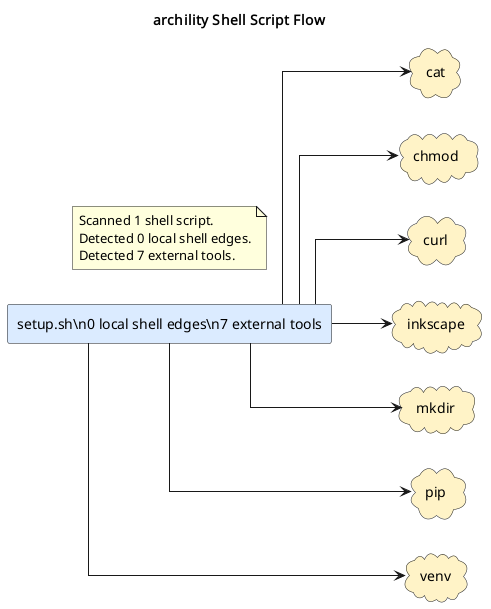
The PlantUML diagram docs/diagrams/shell-call-graph.puml.png in casonk/archility, before a commit. Its diagram source:
```plantuml
@startuml
title archility Shell Script Flow
left to right direction
skinparam shadowing false
skinparam defaultFontName Monospace
skinparam componentStyle rectangle
skinparam linetype ortho
rectangle "setup.sh\\n0 local shell edges\\n7 external tools" as shell_setup_sh #DBEAFE
cloud "cat" as tool_cat #FEF3C7
cloud "chmod" as tool_chmod #FEF3C7
cloud "curl" as tool_curl #FEF3C7
cloud "inkscape" as tool_inkscape #FEF3C7
cloud "mkdir" as tool_mkdir #FEF3C7
cloud "pip" as tool_pip #FEF3C7
cloud "venv" as tool_venv #FEF3C7
shell_setup_sh --> tool_cat
shell_setup_sh --> tool_chmod
shell_setup_sh --> tool_curl
shell_setup_sh --> tool_inkscape
shell_setup_sh --> tool_mkdir
shell_setup_sh --> tool_pip
shell_setup_sh --> tool_venv
note as shellGraphSummary
Scanned 1 shell script.
Detected 0 local shell edges.
Detected 7 external tools.
end note
@enduml
```
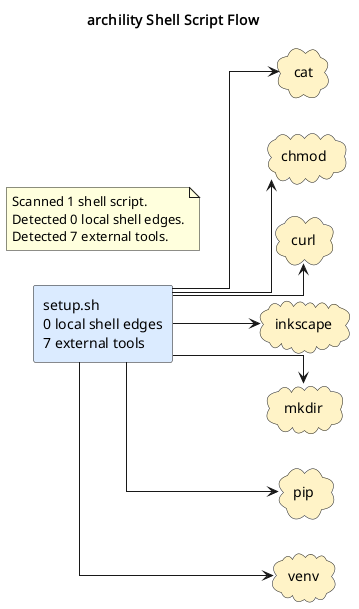
After the change.

Diff of the diagram source:
```diff
@@ -5,7 +5,7 @@
 skinparam defaultFontName Monospace
 skinparam componentStyle rectangle
 skinparam linetype ortho
-rectangle "setup.sh\\n0 local shell edges\\n7 external tools" as shell_setup_sh #DBEAFE
+rectangle "setup.sh\n0 local shell edges\n7 external tools" as shell_setup_sh #DBEAFE
 cloud "cat" as tool_cat #FEF3C7
 cloud "chmod" as tool_chmod #FEF3C7
 cloud "curl" as tool_curl #FEF3C7
```
